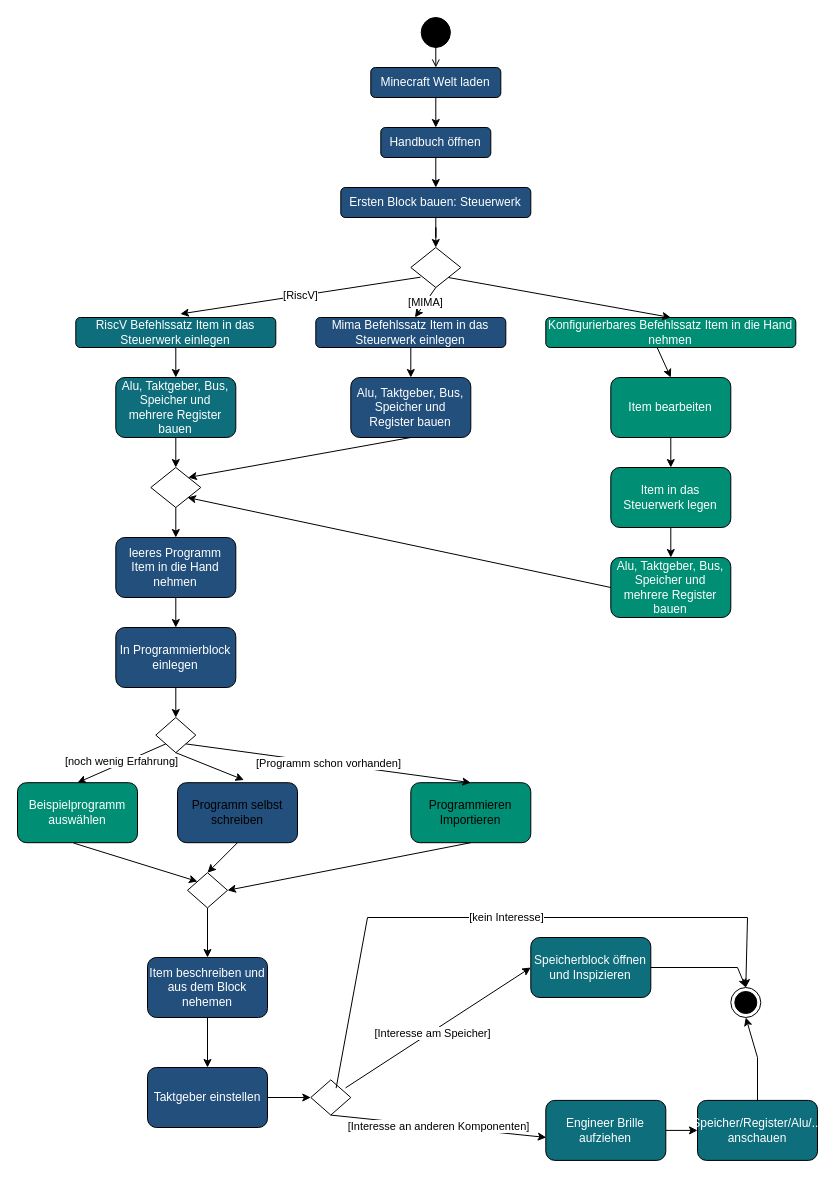
Above: Aktivität.drawio in LundiNord/RISCJ-Diagramms (draw.io), before the change. Source tidied: cells renumbered, new cells numbered last; positions are measured from the earlier drawing's top-left corner, leaving out a move shared by most shapes. Both pictures are drawn from the tidied source at 100%, with x=0, y=0 at pixel (17, 17).
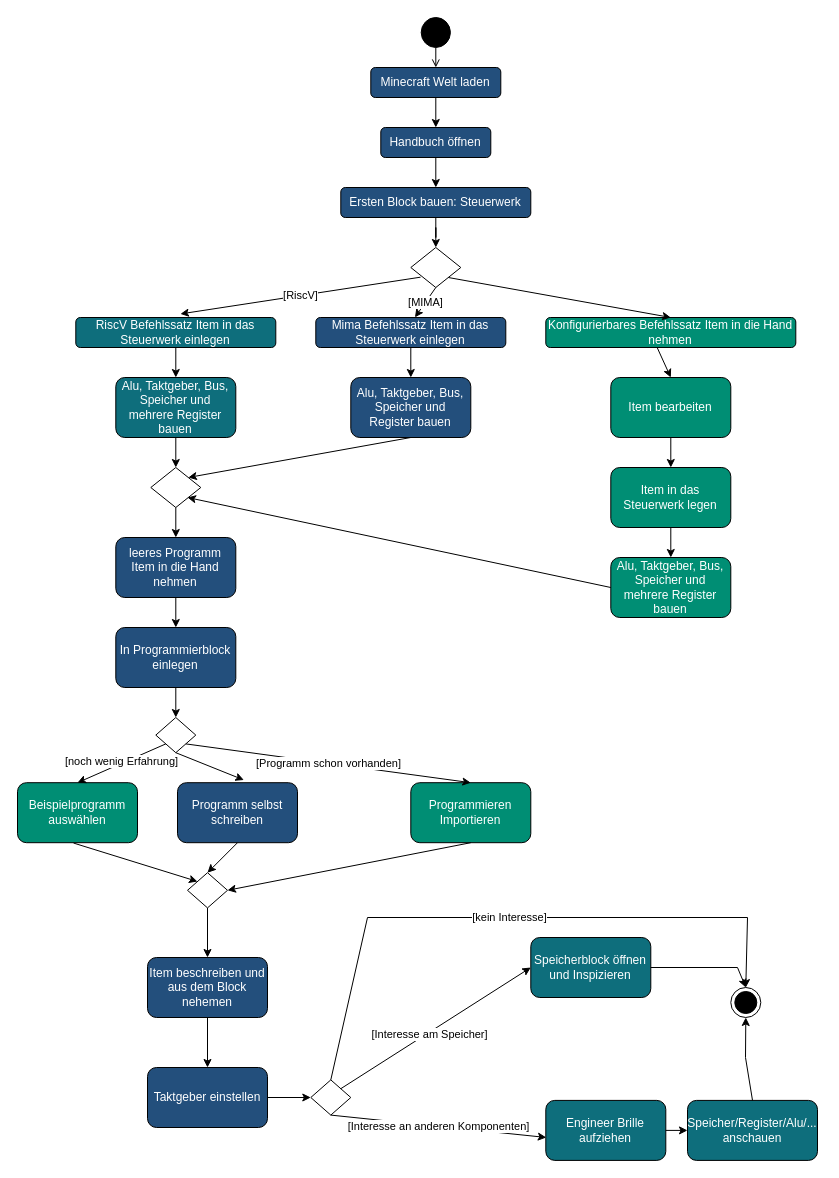
Above is the later version.

The change refers to these unchanged cells:
```xml
<mxCell id="52" style="rhombus;whiteSpace=wrap;html=1;portConstraintRotation=1;" parent="1" vertex="1">
  <mxGeometry x="293.3" y="1062.4" width="40" height="35.2" as="geometry" />
</mxCell>
<mxCell id="54" value="Speicherblock öffnen und Inspizieren" style="rounded=1;whiteSpace=wrap;html=1;fillColor=#0E6E7C;fontColor=#FFFFFF;" parent="1" vertex="1">
  <mxGeometry x="513.3" y="920" width="120" height="60" as="geometry" />
</mxCell>
<mxCell id="61" style="ellipse;html=1;shape=endState;fillColor=strokeColor;fontColor=#FFFFFF;" parent="1" vertex="1">
  <mxGeometry x="713.3" y="970" width="30" height="30" as="geometry" />
</mxCell>
```

The edit, as a diff of the source:
```diff
@@
-    <mxCell id="37" value="Programm selbst schreiben" style="rounded=1;whiteSpace=wrap;html=1;fillColor=#234F7C;" parent="1" vertex="1">
+    <mxCell id="37" value="Programm selbst schreiben" style="rounded=1;whiteSpace=wrap;html=1;fillColor=#234F7C;fontColor=#FFFFFF;" parent="1" vertex="1">
       <mxGeometry x="160" y="765.2" width="120" height="60" as="geometry" />
     </mxCell>
@@
-    <mxCell id="41" value="Programmieren Importieren" style="rounded=1;whiteSpace=wrap;html=1;fillColor=#008E74;" parent="1" vertex="1">
+    <mxCell id="41" value="Programmieren Importieren" style="rounded=1;whiteSpace=wrap;html=1;fillColor=#008E74;fontColor=#FFFFFF;" parent="1" vertex="1">
       <mxGeometry x="393.3" y="765.2" width="120" height="60" as="geometry" />
     </mxCell>
@@
-    <mxCell id="55" style="edgeStyle=none;jettySize=auto;html=1;rounded=0;noEdgeStyle=1;orthogonal=1;exitX=0.869;exitY=0.226;exitDx=0;exitDy=0;exitPerimeter=0;entryX=0;entryY=0.5;entryDx=0;entryDy=0;" parent="1" edge="1" source="52" target="54">
+    <mxCell id="55" style="edgeStyle=none;jettySize=auto;html=1;rounded=0;noEdgeStyle=1;orthogonal=1;exitX=1;exitY=0;exitDx=0;exitDy=0;entryX=0;entryY=0.5;entryDx=0;entryDy=0;" parent="1" edge="1" source="52" target="54">
       <mxGeometry relative="1" as="geometry" />
     </mxCell>
@@
     <mxCell id="59" value="Speicher/Register/Alu/... anschauen" style="rounded=1;whiteSpace=wrap;html=1;fillColor=#0E6E7C;fontColor=#FFFFFF;" parent="1" vertex="1">
-      <mxGeometry x="680" y="1082.9" width="120" height="60" as="geometry" />
+      <mxGeometry x="670" y="1082.9" width="130" height="60" as="geometry" />
     </mxCell>
@@
     <mxCell id="63" style="edgeStyle=none;jettySize=auto;html=1;rounded=0;exitX=0.5;exitY=0;exitDx=0;exitDy=0;entryX=0.5;entryY=1;entryDx=0;entryDy=0;fontColor=#FFFFFF;" parent="1" edge="1" source="59" target="61">
       <mxGeometry relative="1" as="geometry">
         <Array as="points">
-          <mxPoint x="740" y="1040" />
+          <mxPoint x="728" y="1040" />
         </Array>
       </mxGeometry>
     </mxCell>
-    <mxCell id="64" value="[kein Interesse]" style="edgeStyle=none;jettySize=auto;html=1;rounded=0;exitX=0.633;exitY=0.234;exitDx=0;exitDy=0;exitPerimeter=0;entryX=0.5;entryY=0;entryDx=0;entryDy=0;" parent="1" edge="1" source="52" target="61">
+    <mxCell id="64" value="[kein Interesse]" style="edgeStyle=none;jettySize=auto;html=1;rounded=0;exitX=0.5;exitY=0;exitDx=0;exitDy=0;entryX=0.5;entryY=0;entryDx=0;entryDy=0;" parent="1" edge="1" source="52" target="61">
       <mxGeometry relative="1" as="geometry">
         <Array as="points">
           <mxPoint x="350" y="900" />
           <mxPoint x="730" y="900" />
         </Array>
       </mxGeometry>
     </mxCell>
```
